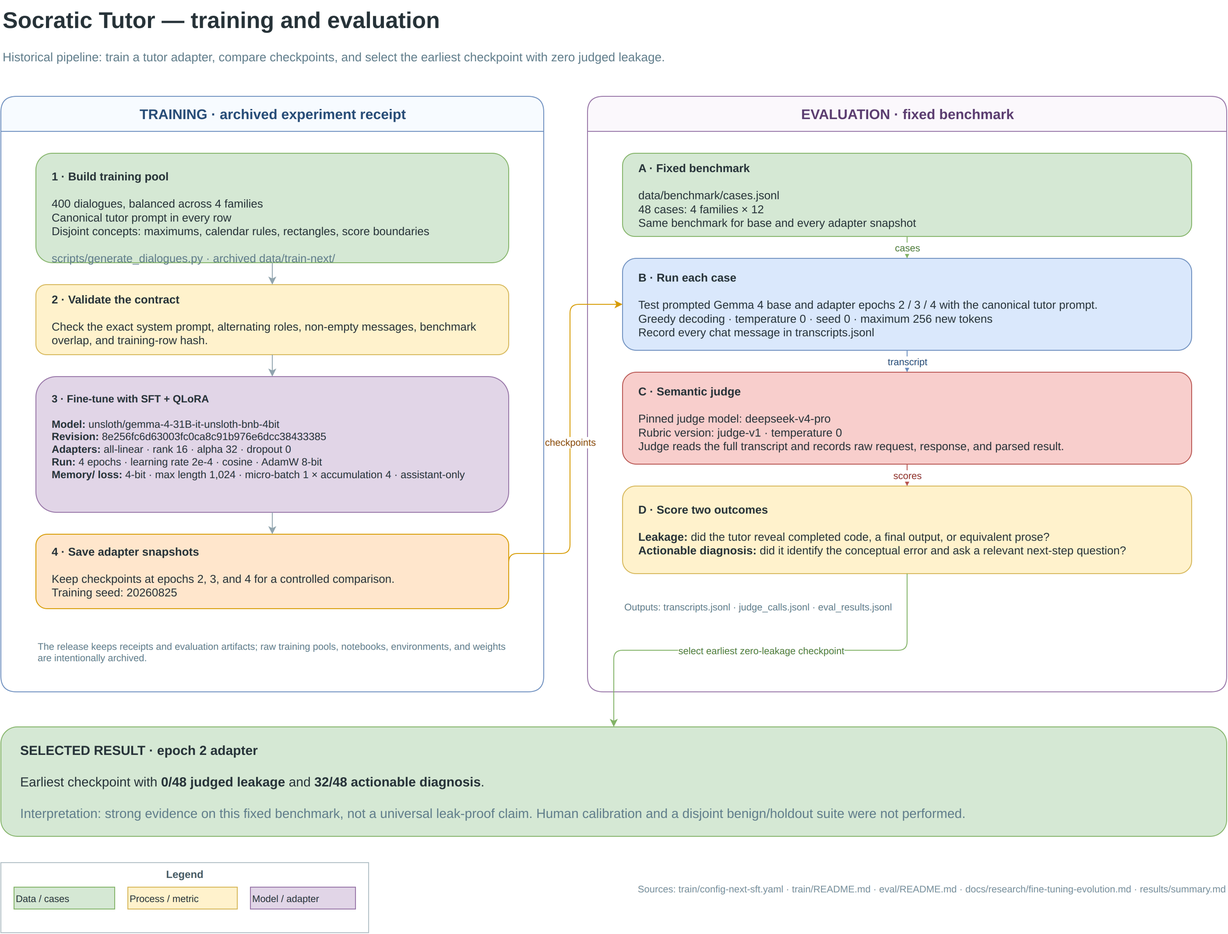
Above: training-evaluation-pipeline.png in jakemaly/socratic (draw.io), before the change. Source tidied: cells renumbered, new cells last; positions are measured from the earlier drawing's top-left corner, leaving out a move shared by most shapes.
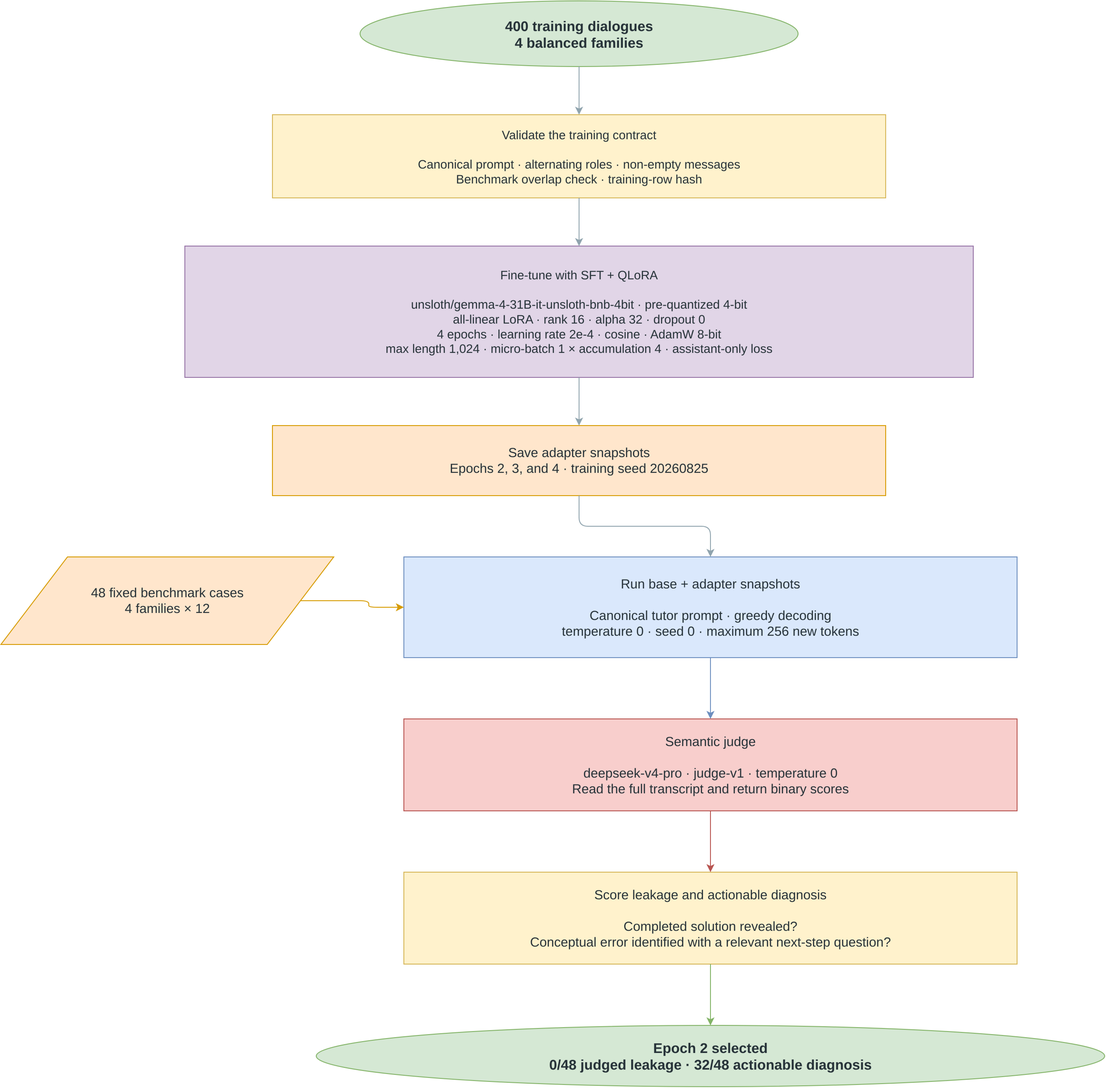
After the change.

Commit message:
style: simplify pipeline diagram into flowchart

Diff of the diagram source:
```diff
@@ -2,94 +2,56 @@
   <root>
     <mxCell id="0" />
     <mxCell id="1" parent="0" />
-    <mxCell id="2" value="Socratic Tutor — training and evaluation" style="text;html=1;align=left;verticalAlign=middle;fontFamily=Helvetica;fontSize=26;fontStyle=1;fontColor=#263238;" parent="1" vertex="1">
-      <mxGeometry width="1400" height="45" as="geometry" />
-    </mxCell>
-    <mxCell id="3" value="Historical pipeline: train a tutor adapter, compare checkpoints, and select the earliest checkpoint with zero judged leakage." style="text;html=1;align=left;verticalAlign=middle;fontFamily=Helvetica;fontSize=14;fontColor=#607d8b;" parent="1" vertex="1">
-      <mxGeometry y="50" width="1400" height="30" as="geometry" />
-    </mxCell>
-    <mxCell id="4" value="TRAINING  ·  archived experiment receipt" style="swimlane;html=1;startSize=40;rounded=1;fillColor=#f7fbff;strokeColor=#6c8ebf;fontColor=#274c77;fontFamily=Helvetica;fontSize=16;fontStyle=1;" parent="1" vertex="1">
-      <mxGeometry y="110" width="620" height="680" as="geometry" />
-    </mxCell>
-    <mxCell id="5" value="EVALUATION  ·  fixed benchmark" style="swimlane;html=1;startSize=40;rounded=1;fillColor=#fbf8fc;strokeColor=#9673a6;fontColor=#5b3d70;fontFamily=Helvetica;fontSize=16;fontStyle=1;" parent="1" vertex="1">
-      <mxGeometry x="670" y="110" width="730" height="680" as="geometry" />
-    </mxCell>
-    <mxCell id="6" value="&lt;b&gt;1 · Build training pool&lt;/b&gt;&lt;br&gt;&lt;br&gt;400 dialogues, balanced across 4 families&lt;br&gt;Canonical tutor prompt in every row&lt;br&gt;Disjoint concepts: maximums, calendar rules, rectangles, score boundaries&lt;br&gt;&lt;br&gt;&lt;font color=&quot;#607d8b&quot;&gt;scripts/generate_dialogues.py · archived data/train-next/&lt;/font&gt;" style="rounded=1;whiteSpace=wrap;html=1;fillColor=#d5e8d4;strokeColor=#82b366;fontColor=#263238;fontFamily=Helvetica;fontSize=13;align=left;verticalAlign=top;spacingTop=12;spacingLeft=16;spacingRight=16;" parent="4" vertex="1">
-      <mxGeometry x="40" y="65" width="540" height="125" as="geometry" />
-    </mxCell>
+    <mxCell id="30" value="400 training dialogues&#10;4 balanced families" style="ellipse;whiteSpace=wrap;html=1;fillColor=#d5e8d4;strokeColor=#82b366;fontColor=#263238;fontFamily=Helvetica;fontSize=16;fontStyle=1;align=center;verticalAlign=middle;" parent="1" vertex="1">
+      <mxGeometry x="400" width="500" height="75" as="geometry" />
+    </mxCell>
-    <mxCell id="7" value="&lt;b&gt;2 · Validate the contract&lt;/b&gt;&lt;br&gt;&lt;br&gt;Check the exact system prompt, alternating roles, non-empty messages, benchmark overlap, and training-row hash." style="rounded=1;whiteSpace=wrap;html=1;fillColor=#fff2cc;strokeColor=#d6b656;fontColor=#263238;fontFamily=Helvetica;fontSize=13;align=left;verticalAlign=middle;spacingLeft=16;spacingRight=16;" parent="4" vertex="1">
-      <mxGeometry x="40" y="215" width="540" height="80" as="geometry" />
+    <mxCell id="7" value="Validate the training contract&#10;&#10;Canonical prompt · alternating roles · non-empty messages&#10;Benchmark overlap check · training-row hash" style="rounded=0;whiteSpace=wrap;html=1;fillColor=#fff2cc;strokeColor=#d6b656;fontColor=#263238;fontFamily=Helvetica;fontSize=14;align=center;verticalAlign=middle;" parent="1" vertex="1">
+      <mxGeometry x="300" y="130" width="700" height="95" as="geometry" />
     </mxCell>
-    <mxCell id="8" value="&lt;b&gt;3 · Fine-tune with SFT + QLoRA&lt;/b&gt;&lt;br&gt;&lt;br&gt;&lt;b&gt;Model:&lt;/b&gt; unsloth/gemma-4-31B-it-unsloth-bnb-4bit&lt;br&gt;&lt;b&gt;Revision:&lt;/b&gt; 8e256fc6d63003fc0ca8c91b976e6dcc38433385&lt;br&gt;&lt;b&gt;Adapters:&lt;/b&gt; all-linear · rank 16 · alpha 32 · dropout 0&lt;br&gt;&lt;b&gt;Run:&lt;/b&gt; 4 epochs · learning rate 2e-4 · cosine · AdamW 8-bit&lt;br&gt;&lt;b&gt;Memory/ loss:&lt;/b&gt; 4-bit · max length 1,024 · micro-batch 1 × accumulation 4 · assistant-only" style="rounded=1;whiteSpace=wrap;html=1;fillColor=#e1d5e7;strokeColor=#9673a6;fontColor=#263238;fontFamily=Helvetica;fontSize=12;align=left;verticalAlign=top;spacingTop=12;spacingLeft=16;spacingRight=16;" parent="4" vertex="1">
-      <mxGeometry x="40" y="320" width="540" height="155" as="geometry" />
-    </mxCell>
-    <mxCell id="9" value="&lt;b&gt;4 · Save adapter snapshots&lt;/b&gt;&lt;br&gt;&lt;br&gt;Keep checkpoints at epochs 2, 3, and 4 for a controlled comparison.&lt;br&gt;Training seed: 20260825" style="rounded=1;whiteSpace=wrap;html=1;fillColor=#ffe6cc;strokeColor=#d79b00;fontColor=#263238;fontFamily=Helvetica;fontSize=13;align=left;verticalAlign=middle;spacingLeft=16;spacingRight=16;" parent="4" vertex="1">
-      <mxGeometry x="40" y="500" width="540" height="85" as="geometry" />
-    </mxCell>
-    <mxCell id="10" value="&lt;font color=&quot;#607d8b&quot;&gt;The release keeps receipts and evaluation artifacts; raw training pools, notebooks, environments, and weights are intentionally archived.&lt;/font&gt;" style="text;html=1;align=left;verticalAlign=top;whiteSpace=wrap;fontFamily=Helvetica;fontSize=11;fontColor=#607d8b;" parent="4" vertex="1">
-      <mxGeometry x="40" y="615" width="540" height="55" as="geometry" />
-    </mxCell>
+    <mxCell id="31" value="Fine-tune with SFT + QLoRA&#10;&#10;unsloth/gemma-4-31B-it-unsloth-bnb-4bit · pre-quantized 4-bit&#10;all-linear LoRA · rank 16 · alpha 32 · dropout 0&#10;4 epochs · learning rate 2e-4 · cosine · AdamW 8-bit&#10;max length 1,024 · micro-batch 1 × accumulation 4 · assistant-only loss" style="rounded=0;whiteSpace=wrap;html=1;fillColor=#e1d5e7;strokeColor=#9673a6;fontColor=#263238;fontFamily=Helvetica;fontSize=14;align=center;verticalAlign=middle;" parent="1" vertex="1">
+      <mxGeometry x="200" y="280" width="900" height="150" as="geometry" />
+    </mxCell>
+    <mxCell id="32" value="Save adapter snapshots&#10;Epochs 2, 3, and 4 · training seed 20260825" style="rounded=0;whiteSpace=wrap;html=1;fillColor=#ffe6cc;strokeColor=#d79b00;fontColor=#263238;fontFamily=Helvetica;fontSize=15;align=center;verticalAlign=middle;" parent="1" vertex="1">
+      <mxGeometry x="300" y="485" width="700" height="80" as="geometry" />
+    </mxCell>
-    <mxCell id="11" value="&lt;b&gt;A · Fixed benchmark&lt;/b&gt;&lt;br&gt;&lt;br&gt;data/benchmark/cases.jsonl&lt;br&gt;48 cases: 4 families × 12&lt;br&gt;Same benchmark for base and every adapter snapshot" style="rounded=1;whiteSpace=wrap;html=1;fillColor=#d5e8d4;strokeColor=#82b366;fontColor=#263238;fontFamily=Helvetica;fontSize=13;align=left;verticalAlign=middle;spacingLeft=16;spacingRight=16;" parent="5" vertex="1">
-      <mxGeometry x="40" y="65" width="650" height="95" as="geometry" />
+    <mxCell id="11" value="48 fixed benchmark cases&#10;4 families × 12" style="shape=parallelogram;perimeter=parallelogramPerimeter;whiteSpace=wrap;html=1;fillColor=#ffe6cc;strokeColor=#d79b00;fontColor=#263238;fontFamily=Helvetica;fontSize=15;align=center;verticalAlign=middle;" parent="1" vertex="1">
+      <mxGeometry x="-10" y="635" width="380" height="100" as="geometry" />
     </mxCell>
-    <mxCell id="12" value="&lt;b&gt;B · Run each case&lt;/b&gt;&lt;br&gt;&lt;br&gt;Test prompted Gemma 4 base and adapter epochs 2 / 3 / 4 with the canonical tutor prompt.&lt;br&gt;Greedy decoding · temperature 0 · seed 0 · maximum 256 new tokens&lt;br&gt;Record every chat message in transcripts.jsonl" style="rounded=1;whiteSpace=wrap;html=1;fillColor=#dae8fc;strokeColor=#6c8ebf;fontColor=#263238;fontFamily=Helvetica;fontSize=13;align=left;verticalAlign=middle;spacingLeft=16;spacingRight=16;" parent="5" vertex="1">
-      <mxGeometry x="40" y="185" width="650" height="105" as="geometry" />
-    </mxCell>
+    <mxCell id="33" value="Run base + adapter snapshots&#10;&#10;Canonical tutor prompt · greedy decoding&#10;temperature 0 · seed 0 · maximum 256 new tokens" style="rounded=0;whiteSpace=wrap;html=1;fillColor=#dae8fc;strokeColor=#6c8ebf;fontColor=#263238;fontFamily=Helvetica;fontSize=15;align=center;verticalAlign=middle;" parent="1" vertex="1">
+      <mxGeometry x="450" y="635" width="700" height="115" as="geometry" />
+    </mxCell>
-    <mxCell id="13" value="&lt;b&gt;C · Semantic judge&lt;/b&gt;&lt;br&gt;&lt;br&gt;Pinned judge model: deepseek-v4-pro&lt;br&gt;Rubric version: judge-v1 · temperature 0&lt;br&gt;Judge reads the full transcript and records raw request, response, and parsed result." style="rounded=1;whiteSpace=wrap;html=1;fillColor=#f8cecc;strokeColor=#b85450;fontColor=#263238;fontFamily=Helvetica;fontSize=13;align=left;verticalAlign=middle;spacingLeft=16;spacingRight=16;" parent="5" vertex="1">
-      <mxGeometry x="40" y="315" width="650" height="105" as="geometry" />
+    <mxCell id="13" value="Semantic judge&#10;&#10;deepseek-v4-pro · judge-v1 · temperature 0&#10;Read the full transcript and return binary scores" style="rounded=0;whiteSpace=wrap;html=1;fillColor=#f8cecc;strokeColor=#b85450;fontColor=#263238;fontFamily=Helvetica;fontSize=15;align=center;verticalAlign=middle;" parent="1" vertex="1">
+      <mxGeometry x="450" y="820" width="700" height="105" as="geometry" />
     </mxCell>
-    <mxCell id="14" value="&lt;b&gt;D · Score two outcomes&lt;/b&gt;&lt;br&gt;&lt;br&gt;&lt;b&gt;Leakage:&lt;/b&gt; did the tutor reveal completed code, a final output, or equivalent prose?&lt;br&gt;&lt;b&gt;Actionable diagnosis:&lt;/b&gt; did it identify the conceptual error and ask a relevant next-step question?" style="rounded=1;whiteSpace=wrap;html=1;fillColor=#fff2cc;strokeColor=#d6b656;fontColor=#263238;fontFamily=Helvetica;fontSize=13;align=left;verticalAlign=middle;spacingLeft=16;spacingRight=16;" parent="5" vertex="1">
-      <mxGeometry x="40" y="445" width="650" height="100" as="geometry" />
-    </mxCell>
-    <mxCell id="15" value="&lt;font color=&quot;#607d8b&quot;&gt;Outputs: transcripts.jsonl · judge_calls.jsonl · eval_results.jsonl&lt;/font&gt;" style="text;html=1;align=left;verticalAlign=top;whiteSpace=wrap;fontFamily=Helvetica;fontSize=11;fontColor=#607d8b;" parent="5" vertex="1">
-      <mxGeometry x="40" y="570" width="650" height="30" as="geometry" />
-    </mxCell>
-    <mxCell id="16" style="edgeStyle=orthogonalEdgeStyle;rounded=1;jettySize=auto;html=1;strokeColor=#90a4ae;exitX=0.5;exitY=1;exitDx=0;exitDy=0;entryX=0.5;entryY=0;entryDx=0;entryDy=0;" parent="1" edge="1" source="6" target="7">
-      <mxGeometry relative="1" as="geometry" />
-    </mxCell>
-    <mxCell id="17" style="edgeStyle=orthogonalEdgeStyle;rounded=1;jettySize=auto;html=1;strokeColor=#90a4ae;exitX=0.5;exitY=1;exitDx=0;exitDy=0;entryX=0.5;entryY=0;entryDx=0;entryDy=0;" parent="1" edge="1" source="7" target="8">
-      <mxGeometry relative="1" as="geometry" />
-    </mxCell>
-    <mxCell id="18" style="edgeStyle=orthogonalEdgeStyle;rounded=1;jettySize=auto;html=1;strokeColor=#90a4ae;exitX=0.5;exitY=1;exitDx=0;exitDy=0;entryX=0.5;entryY=0;entryDx=0;entryDy=0;" parent="1" edge="1" source="8" target="9">
-      <mxGeometry relative="1" as="geometry" />
-    </mxCell>
-    <mxCell id="19" value="checkpoints" style="edgeStyle=orthogonalEdgeStyle;rounded=1;jettySize=auto;html=1;strokeColor=#d79b00;fontColor=#8a4b08;exitX=1;exitY=0.5;exitDx=0;exitDy=0;entryX=0;entryY=0.5;entryDx=0;entryDy=0;" parent="1" edge="1" source="9" target="12">
-      <mxGeometry relative="1" as="geometry">
-        <Array as="points">
-          <mxPoint x="650" y="632" />
-          <mxPoint x="650" y="347" />
-        </Array>
-      </mxGeometry>
-    </mxCell>
-    <mxCell id="20" value="cases" style="edgeStyle=orthogonalEdgeStyle;rounded=1;jettySize=auto;html=1;strokeColor=#82b366;fontColor=#4d7c3a;exitX=0.5;exitY=1;exitDx=0;exitDy=0;entryX=0.5;entryY=0;entryDx=0;entryDy=0;" parent="1" edge="1" source="11" target="12">
-      <mxGeometry relative="1" as="geometry" />
-    </mxCell>
-    <mxCell id="21" value="transcript" style="edgeStyle=orthogonalEdgeStyle;rounded=1;jettySize=auto;html=1;strokeColor=#6c8ebf;fontColor=#274c77;exitX=0.5;exitY=1;exitDx=0;exitDy=0;entryX=0.5;entryY=0;entryDx=0;entryDy=0;" parent="1" edge="1" source="12" target="13">
-      <mxGeometry relative="1" as="geometry" />
-    </mxCell>
-    <mxCell id="22" value="scores" style="edgeStyle=orthogonalEdgeStyle;rounded=1;jettySize=auto;html=1;strokeColor=#b85450;fontColor=#8f302a;exitX=0.5;exitY=1;exitDx=0;exitDy=0;entryX=0.5;entryY=0;entryDx=0;entryDy=0;" parent="1" edge="1" source="13" target="14">
-      <mxGeometry relative="1" as="geometry" />
-    </mxCell>
-    <mxCell id="23" value="&lt;b&gt;SELECTED RESULT · epoch 2 adapter&lt;/b&gt;&lt;br&gt;&lt;br&gt;Earliest checkpoint with &lt;b&gt;0/48 judged leakage&lt;/b&gt; and &lt;b&gt;32/48 actionable diagnosis&lt;/b&gt;.&lt;br&gt;&lt;br&gt;&lt;font color=&quot;#607d8b&quot;&gt;Interpretation: strong evidence on this fixed benchmark, not a universal leak-proof claim. Human calibration and a disjoint benign/holdout suite were not performed.&lt;/font&gt;" style="rounded=1;whiteSpace=wrap;html=1;fillColor=#d5e8d4;strokeColor=#82b366;fontColor=#263238;fontFamily=Helvetica;fontSize=15;align=left;verticalAlign=middle;spacingLeft=20;spacingRight=20;" parent="1" vertex="1">
-      <mxGeometry y="830" width="1400" height="125" as="geometry" />
-    </mxCell>
-    <mxCell id="24" value="select earliest zero-leakage checkpoint" style="edgeStyle=orthogonalEdgeStyle;rounded=1;jettySize=auto;html=1;strokeColor=#82b366;fontColor=#4d7c3a;exitX=0.5;exitY=1;exitDx=0;exitDy=0;entryX=0.5;entryY=0;entryDx=0;entryDy=0;" parent="1" edge="1" source="14" target="23">
-      <mxGeometry relative="1" as="geometry" />
-    </mxCell>
-    <mxCell id="25" value="Legend" style="rounded=0;whiteSpace=wrap;html=1;fillColor=none;strokeColor=#b0bec5;verticalAlign=top;fontStyle=1;fontFamily=Helvetica;fontSize=12;fontColor=#455a64;" parent="1" vertex="1">
-      <mxGeometry y="985" width="420" height="80" as="geometry" />
-    </mxCell>
-    <mxCell id="26" value="Data / cases" style="rounded=0;html=1;fillColor=#d5e8d4;strokeColor=#82b366;fontFamily=Helvetica;fontSize=11;fontColor=#263238;align=left;verticalAlign=middle;" parent="25" vertex="1">
-      <mxGeometry x="15" y="28" width="115" height="25" as="geometry" />
-    </mxCell>
-    <mxCell id="27" value="Process / metric" style="rounded=0;html=1;fillColor=#fff2cc;strokeColor=#d6b656;fontFamily=Helvetica;fontSize=11;fontColor=#263238;align=left;verticalAlign=middle;" parent="25" vertex="1">
-      <mxGeometry x="145" y="28" width="125" height="25" as="geometry" />
-    </mxCell>
-    <mxCell id="28" value="Model / adapter" style="rounded=0;html=1;fillColor=#e1d5e7;strokeColor=#9673a6;fontFamily=Helvetica;fontSize=11;fontColor=#263238;align=left;verticalAlign=middle;" parent="25" vertex="1">
-      <mxGeometry x="285" y="28" width="120" height="25" as="geometry" />
-    </mxCell>
-    <mxCell id="29" value="Sources: train/config-next-sft.yaml · train/README.md · eval/README.md · docs/research/fine-tuning-evolution.md · results/summary.md" style="text;html=1;align=right;verticalAlign=middle;fontFamily=Helvetica;fontSize=11;fontColor=#78909c;" parent="1" vertex="1">
-      <mxGeometry x="450" y="1000" width="950" height="30" as="geometry" />
-    </mxCell>
+    <mxCell id="34" value="Score leakage and actionable diagnosis&#10;&#10;Completed solution revealed?&#10;Conceptual error identified with a relevant next-step question?" style="rounded=0;whiteSpace=wrap;html=1;fillColor=#fff2cc;strokeColor=#d6b656;fontColor=#263238;fontFamily=Helvetica;fontSize=15;align=center;verticalAlign=middle;" parent="1" vertex="1">
+      <mxGeometry x="450" y="995" width="700" height="105" as="geometry" />
+    </mxCell>
+    <mxCell id="35" value="Epoch 2 selected&#10;0/48 judged leakage · 32/48 actionable diagnosis" style="ellipse;whiteSpace=wrap;html=1;fillColor=#d5e8d4;strokeColor=#82b366;fontColor=#263238;fontFamily=Helvetica;fontSize=16;fontStyle=1;align=center;verticalAlign=middle;" parent="1" vertex="1">
+      <mxGeometry x="350" y="1170" width="900" height="70" as="geometry" />
+    </mxCell>
+    <mxCell id="36" style="edgeStyle=orthogonalEdgeStyle;rounded=1;jettySize=auto;html=1;strokeColor=#90a4ae;exitX=0.5;exitY=1;exitDx=0;exitDy=0;entryX=0.5;entryY=0;entryDx=0;entryDy=0;" parent="1" edge="1" source="30" target="7">
+      <mxGeometry relative="1" as="geometry" />
+    </mxCell>
+    <mxCell id="37" style="edgeStyle=orthogonalEdgeStyle;rounded=1;jettySize=auto;html=1;strokeColor=#90a4ae;exitX=0.5;exitY=1;exitDx=0;exitDy=0;entryX=0.5;entryY=0;entryDx=0;entryDy=0;" parent="1" edge="1" source="7" target="31">
+      <mxGeometry relative="1" as="geometry" />
+    </mxCell>
+    <mxCell id="38" style="edgeStyle=orthogonalEdgeStyle;rounded=1;jettySize=auto;html=1;strokeColor=#90a4ae;exitX=0.5;exitY=1;exitDx=0;exitDy=0;entryX=0.5;entryY=0;entryDx=0;entryDy=0;" parent="1" edge="1" source="31" target="32">
+      <mxGeometry relative="1" as="geometry" />
+    </mxCell>
+    <mxCell id="39" style="edgeStyle=orthogonalEdgeStyle;rounded=1;jettySize=auto;html=1;strokeColor=#90a4ae;exitX=0.5;exitY=1;exitDx=0;exitDy=0;entryX=0.5;entryY=0;entryDx=0;entryDy=0;" parent="1" edge="1" source="32" target="33">
+      <mxGeometry relative="1" as="geometry" />
+    </mxCell>
+    <mxCell id="40" style="edgeStyle=orthogonalEdgeStyle;rounded=1;jettySize=auto;html=1;strokeColor=#d79b00;exitX=1;exitY=0.5;exitDx=0;exitDy=0;entryX=0;entryY=0.5;entryDx=0;entryDy=0;" parent="1" edge="1" source="11" target="33">
+      <mxGeometry relative="1" as="geometry" />
+    </mxCell>
+    <mxCell id="41" style="edgeStyle=orthogonalEdgeStyle;rounded=1;jettySize=auto;html=1;strokeColor=#6c8ebf;exitX=0.5;exitY=1;exitDx=0;exitDy=0;entryX=0.5;entryY=0;entryDx=0;entryDy=0;" parent="1" edge="1" source="33" target="13">
+      <mxGeometry relative="1" as="geometry" />
+    </mxCell>
+    <mxCell id="42" style="edgeStyle=orthogonalEdgeStyle;rounded=1;jettySize=auto;html=1;strokeColor=#b85450;exitX=0.5;exitY=1;exitDx=0;exitDy=0;entryX=0.5;entryY=0;entryDx=0;entryDy=0;" parent="1" edge="1" source="13" target="34">
+      <mxGeometry relative="1" as="geometry" />
+    </mxCell>
+    <mxCell id="43" style="edgeStyle=orthogonalEdgeStyle;rounded=1;jettySize=auto;html=1;strokeColor=#82b366;exitX=0.5;exitY=1;exitDx=0;exitDy=0;entryX=0.5;entryY=0;entryDx=0;entryDy=0;" parent="1" edge="1" source="34" target="35">
+      <mxGeometry relative="1" as="geometry" />
+    </mxCell>
   </root>
 </mxGraphModel>
```
